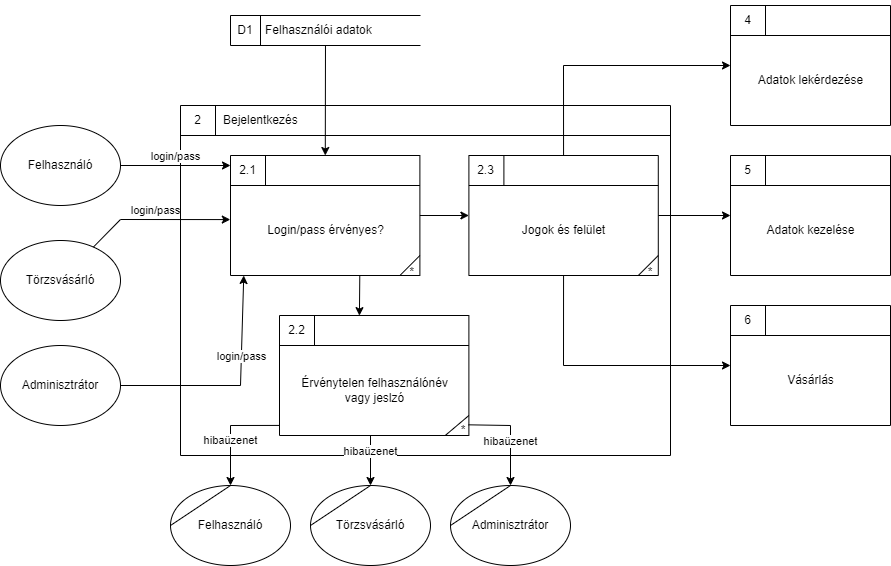
The draw.io diagram docs/dfd/dfd_layer_2_sign_in/dfd_layer_2_sign_in.png in a-bakk/bookstore-oracle, before a commit. Source tidied: cells renumbered, new cells last; positions are measured from the earlier drawing's top-left corner, leaving out a move shared by most shapes. The source it was exported from:
```xml
<mxGraphModel>
  <root>
    <mxCell id="0" />
    <mxCell id="1" parent="0" />
    <mxCell id="2" style="html=1;dashed=0;whitespace=wrap;shape=mxgraph.dfd.process;align=center;spacingTop=30;" parent="1" vertex="1">
      <mxGeometry x="180" y="105" width="490" height="350" as="geometry" />
    </mxCell>
    <mxCell id="3" value="2" style="text;html=1;strokeColor=none;fillColor=none;align=center;verticalAlign=middle;whiteSpace=wrap;rounded=0;" parent="2" vertex="1">
      <mxGeometry width="35" height="30" as="geometry" />
    </mxCell>
    <mxCell id="4" value="Bejelentkezés" style="text;html=1;strokeColor=none;fillColor=none;align=left;verticalAlign=middle;whiteSpace=wrap;rounded=0;spacingLeft=6;" parent="2" vertex="1">
      <mxGeometry x="35" width="100" height="30" as="geometry" />
    </mxCell>
    <mxCell id="5" value="Login/pass érvényes?" style="html=1;dashed=0;whitespace=wrap;shape=mxgraph.dfd.process2;align=center;spacingTop=30;" parent="2" vertex="1">
      <mxGeometry x="50" y="50" width="189.4" height="120" as="geometry" />
    </mxCell>
    <mxCell id="6" value="2.1" style="text;html=1;strokeColor=none;fillColor=none;align=center;verticalAlign=middle;whiteSpace=wrap;rounded=0;" parent="5" vertex="1">
      <mxGeometry width="35" height="30" as="geometry" />
    </mxCell>
    <mxCell id="7" style="text;strokeColor=none;fillColor=none;align=left;verticalAlign=middle;whiteSpace=wrap;rounded=0;spacingLeft=6;fontStyle=0;html=1;" parent="5" vertex="1">
      <mxGeometry x="35" y="-5" width="50" height="40" as="geometry" />
    </mxCell>
    <mxCell id="8" value="Érvénytelen felhasználónév&lt;br&gt;vagy jeslzó" style="html=1;dashed=0;whitespace=wrap;shape=mxgraph.dfd.process;align=center;spacingTop=30;" parent="2" vertex="1">
      <mxGeometry x="99" y="210" width="189.4" height="120" as="geometry" />
    </mxCell>
    <mxCell id="9" value="2.2" style="text;html=1;strokeColor=none;fillColor=none;align=center;verticalAlign=middle;whiteSpace=wrap;rounded=0;" parent="8" vertex="1">
      <mxGeometry width="35" height="30" as="geometry" />
    </mxCell>
    <mxCell id="10" style="text;html=1;strokeColor=none;fillColor=none;align=left;verticalAlign=middle;whiteSpace=wrap;rounded=0;spacingLeft=6;" parent="8" vertex="1">
      <mxGeometry x="35" y="-5" width="50" height="40" as="geometry" />
    </mxCell>
    <mxCell id="11" style="endArrow=none;html=1;rounded=0;entryX=1;entryY=0.835;entryDx=0;entryDy=0;entryPerimeter=0;exitX=0.876;exitY=0.998;exitDx=0;exitDy=0;exitPerimeter=0;" parent="8" edge="1">
      <mxGeometry relative="1" as="geometry">
        <mxPoint x="165.7" y="120" as="sourcePoint" />
        <mxPoint x="189.4" y="100" as="targetPoint" />
      </mxGeometry>
    </mxCell>
    <mxCell id="12" value="*" style="text;html=1;strokeColor=none;fillColor=none;align=center;verticalAlign=middle;whiteSpace=wrap;rounded=0;" parent="8" vertex="1">
      <mxGeometry x="177.6" y="110" width="11.8" height="10" as="geometry" />
    </mxCell>
    <mxCell id="13" style="endArrow=classic;html=1;rounded=0;verticalAlign=bottom;entryX=0.422;entryY=0.001;entryDx=0;entryDy=0;entryPerimeter=0;" parent="2" edge="1" target="8">
      <mxGeometry relative="1" as="geometry">
        <mxPoint x="179.3" y="170" as="sourcePoint" />
      </mxGeometry>
    </mxCell>
    <mxCell id="14" value="Jogok és felület" style="html=1;dashed=0;whitespace=wrap;shape=mxgraph.dfd.process2;align=center;spacingTop=30;" parent="2" vertex="1">
      <mxGeometry x="288.4" y="50" width="189.4" height="120" as="geometry" />
    </mxCell>
    <mxCell id="15" value="2.3" style="text;html=1;strokeColor=none;fillColor=none;align=center;verticalAlign=middle;whiteSpace=wrap;rounded=0;" parent="14" vertex="1">
      <mxGeometry width="35" height="30" as="geometry" />
    </mxCell>
    <mxCell id="16" style="text;strokeColor=none;fillColor=none;align=left;verticalAlign=middle;whiteSpace=wrap;rounded=0;spacingLeft=6;fontStyle=0;html=1;" parent="14" vertex="1">
      <mxGeometry x="35" y="-5" width="50" height="40" as="geometry" />
    </mxCell>
    <mxCell id="17" style="endArrow=classic;html=1;rounded=0;" parent="2" edge="1" source="5" target="14">
      <mxGeometry relative="1" as="geometry" />
    </mxCell>
    <mxCell id="18" value="Felhasználó" style="ellipse;whiteSpace=wrap;html=1;" parent="1" vertex="1">
      <mxGeometry y="125" width="120" height="80" as="geometry" />
    </mxCell>
    <mxCell id="19" value="Törzsvásárló" style="ellipse;whiteSpace=wrap;html=1;" parent="1" vertex="1">
      <mxGeometry y="240" width="120" height="80" as="geometry" />
    </mxCell>
    <mxCell id="20" value="Adminisztrátor" style="ellipse;whiteSpace=wrap;html=1;" parent="1" vertex="1">
      <mxGeometry y="345" width="120" height="80" as="geometry" />
    </mxCell>
    <mxCell id="21" value="login/pass" style="endArrow=classic;html=1;rounded=0;verticalAlign=bottom;" parent="1" edge="1" source="18">
      <mxGeometry relative="1" as="geometry">
        <mxPoint x="230" y="165" as="targetPoint" />
        <Array as="points">
          <mxPoint x="230" y="165" />
        </Array>
      </mxGeometry>
    </mxCell>
    <mxCell id="22" value="login/pass" style="endArrow=classic;html=1;rounded=0;verticalAlign=bottom;entryX=-0.001;entryY=0.534;entryDx=0;entryDy=0;entryPerimeter=0;" parent="1" edge="1" source="19" target="5">
      <mxGeometry relative="1" as="geometry">
        <Array as="points">
          <mxPoint x="120" y="219" />
        </Array>
      </mxGeometry>
    </mxCell>
    <mxCell id="23" value="login/pass" style="endArrow=classic;html=1;rounded=0;verticalAlign=bottom;entryX=0.07;entryY=1;entryDx=0;entryDy=0;entryPerimeter=0;" parent="1" edge="1" source="20" target="5">
      <mxGeometry x="0.22" relative="1" as="geometry">
        <Array as="points">
          <mxPoint x="240" y="385" />
        </Array>
      </mxGeometry>
    </mxCell>
    <mxCell id="24" value="Felhasználó" style="shape=(stored shape, 332 characters);whiteSpace=wrap;html=1;" parent="1" vertex="1">
      <mxGeometry x="170" y="485" width="120" height="80" as="geometry" />
    </mxCell>
    <mxCell id="25" value="Törzsvásárló" style="shape=(stored shape, 332 characters);whiteSpace=wrap;html=1;" parent="1" vertex="1">
      <mxGeometry x="310" y="485" width="120" height="80" as="geometry" />
    </mxCell>
    <mxCell id="26" value="Adminisztrátor" style="shape=(stored shape, 332 characters);whiteSpace=wrap;html=1;" parent="1" vertex="1">
      <mxGeometry x="450" y="485" width="120" height="80" as="geometry" />
    </mxCell>
    <mxCell id="27" value="hibaüzenet" style="endArrow=classic;html=1;rounded=0;verticalAlign=bottom;exitX=-0.002;exitY=0.916;exitDx=0;exitDy=0;exitPerimeter=0;" parent="1" edge="1" source="8" target="24">
      <mxGeometry x="0.35" relative="1" as="geometry">
        <Array as="points">
          <mxPoint x="230" y="425" />
          <mxPoint x="230" y="455" />
        </Array>
      </mxGeometry>
    </mxCell>
    <mxCell id="28" value="hibaüzenet" style="endArrow=classic;html=1;rounded=0;verticalAlign=bottom;" parent="1" edge="1" target="25">
      <mxGeometry relative="1" as="geometry">
        <mxPoint x="370" y="435" as="sourcePoint" />
      </mxGeometry>
    </mxCell>
    <mxCell id="29" value="hibaüzenet" style="endArrow=classic;html=1;rounded=0;verticalAlign=bottom;exitX=0.998;exitY=0.911;exitDx=0;exitDy=0;exitPerimeter=0;" parent="1" edge="1" source="8" target="26">
      <mxGeometry x="0.31" relative="1" as="geometry">
        <Array as="points">
          <mxPoint x="510" y="425" />
        </Array>
      </mxGeometry>
    </mxCell>
    <mxCell id="30" value="Vásárlás" style="html=1;dashed=0;whitespace=wrap;shape=mxgraph.dfd.process;align=center;spacingTop=30;" parent="1" vertex="1">
      <mxGeometry x="730" y="305" width="160" height="120" as="geometry" />
    </mxCell>
    <mxCell id="31" value="6" style="text;html=1;strokeColor=none;fillColor=none;align=center;verticalAlign=middle;whiteSpace=wrap;rounded=0;" parent="30" vertex="1">
      <mxGeometry width="35" height="30" as="geometry" />
    </mxCell>
    <mxCell id="32" style="text;html=1;strokeColor=none;fillColor=none;align=left;verticalAlign=middle;whiteSpace=wrap;rounded=0;spacingLeft=6;" parent="30" vertex="1">
      <mxGeometry x="35" y="-5" width="50" height="40" as="geometry" />
    </mxCell>
    <mxCell id="33" value="Adatok lekérdezése" style="html=1;dashed=0;whitespace=wrap;shape=mxgraph.dfd.process;align=center;spacingTop=30;" parent="1" vertex="1">
      <mxGeometry x="730" y="5" width="160" height="120" as="geometry" />
    </mxCell>
    <mxCell id="34" value="4" style="text;html=1;strokeColor=none;fillColor=none;align=center;verticalAlign=middle;whiteSpace=wrap;rounded=0;" parent="33" vertex="1">
      <mxGeometry width="35" height="30" as="geometry" />
    </mxCell>
    <mxCell id="35" style="text;html=1;strokeColor=none;fillColor=none;align=left;verticalAlign=middle;whiteSpace=wrap;rounded=0;spacingLeft=6;" parent="33" vertex="1">
      <mxGeometry x="35" y="-5" width="50" height="40" as="geometry" />
    </mxCell>
    <mxCell id="36" value="Adatok kezelése" style="html=1;dashed=0;whitespace=wrap;shape=mxgraph.dfd.process;align=center;spacingTop=30;" parent="1" vertex="1">
      <mxGeometry x="730" y="155" width="160" height="120" as="geometry" />
    </mxCell>
    <mxCell id="37" value="5" style="text;html=1;strokeColor=none;fillColor=none;align=center;verticalAlign=middle;whiteSpace=wrap;rounded=0;" parent="36" vertex="1">
      <mxGeometry width="35" height="30" as="geometry" />
    </mxCell>
    <mxCell id="38" style="text;html=1;strokeColor=none;fillColor=none;align=left;verticalAlign=middle;whiteSpace=wrap;rounded=0;spacingLeft=6;" parent="36" vertex="1">
      <mxGeometry x="35" y="-5" width="50" height="40" as="geometry" />
    </mxCell>
    <mxCell id="39" style="endArrow=classic;html=1;rounded=0;verticalAlign=bottom;" parent="1" edge="1" source="14" target="30">
      <mxGeometry relative="1" as="geometry">
        <Array as="points">
          <mxPoint x="563" y="365" />
        </Array>
      </mxGeometry>
    </mxCell>
    <mxCell id="40" value="Felhasználói adatok" style="html=1;dashed=0;whitespace=wrap;shape=mxgraph.dfd.dataStoreID;align=left;spacingLeft=33;" parent="1" vertex="1">
      <mxGeometry x="230" y="15" width="190" height="30" as="geometry" />
    </mxCell>
    <mxCell id="41" value="D1" style="text;html=1;strokeColor=none;fillColor=none;align=center;verticalAlign=middle;whiteSpace=wrap;rounded=0;" parent="40" vertex="1">
      <mxGeometry width="30" height="30" as="geometry" />
    </mxCell>
    <mxCell id="42" style="endArrow=classic;html=1;rounded=0;verticalAlign=bottom;" parent="1" edge="1" source="40" target="5">
      <mxGeometry relative="1" as="geometry" />
    </mxCell>
    <mxCell id="43" style="endArrow=classic;html=1;rounded=0;verticalAlign=bottom;" parent="1" edge="1" source="14" target="36">
      <mxGeometry relative="1" as="geometry" />
    </mxCell>
    <mxCell id="44" style="endArrow=classic;html=1;rounded=0;verticalAlign=bottom;" parent="1" edge="1" source="14" target="33">
      <mxGeometry relative="1" as="geometry">
        <Array as="points">
          <mxPoint x="563" y="65" />
        </Array>
      </mxGeometry>
    </mxCell>
  </root>
</mxGraphModel>
```
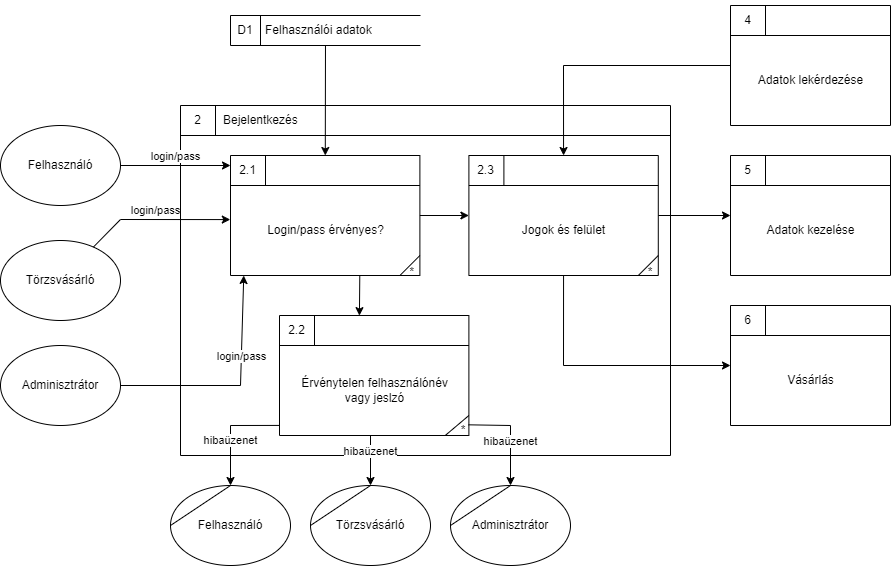
After the commit.

What changed in the source:
```diff
@@ -161,7 +161,7 @@
     <mxCell id="43" style="endArrow=classic;html=1;rounded=0;verticalAlign=bottom;" parent="1" edge="1" source="14" target="36">
       <mxGeometry relative="1" as="geometry" />
     </mxCell>
-    <mxCell id="44" style="endArrow=classic;html=1;rounded=0;verticalAlign=bottom;" parent="1" edge="1" source="14" target="33">
+    <mxCell id="44" style="endArrow=classic;html=1;rounded=0;verticalAlign=bottom;" parent="1" edge="1" source="33" target="14">
       <mxGeometry relative="1" as="geometry">
         <Array as="points">
           <mxPoint x="563" y="65" />
```
